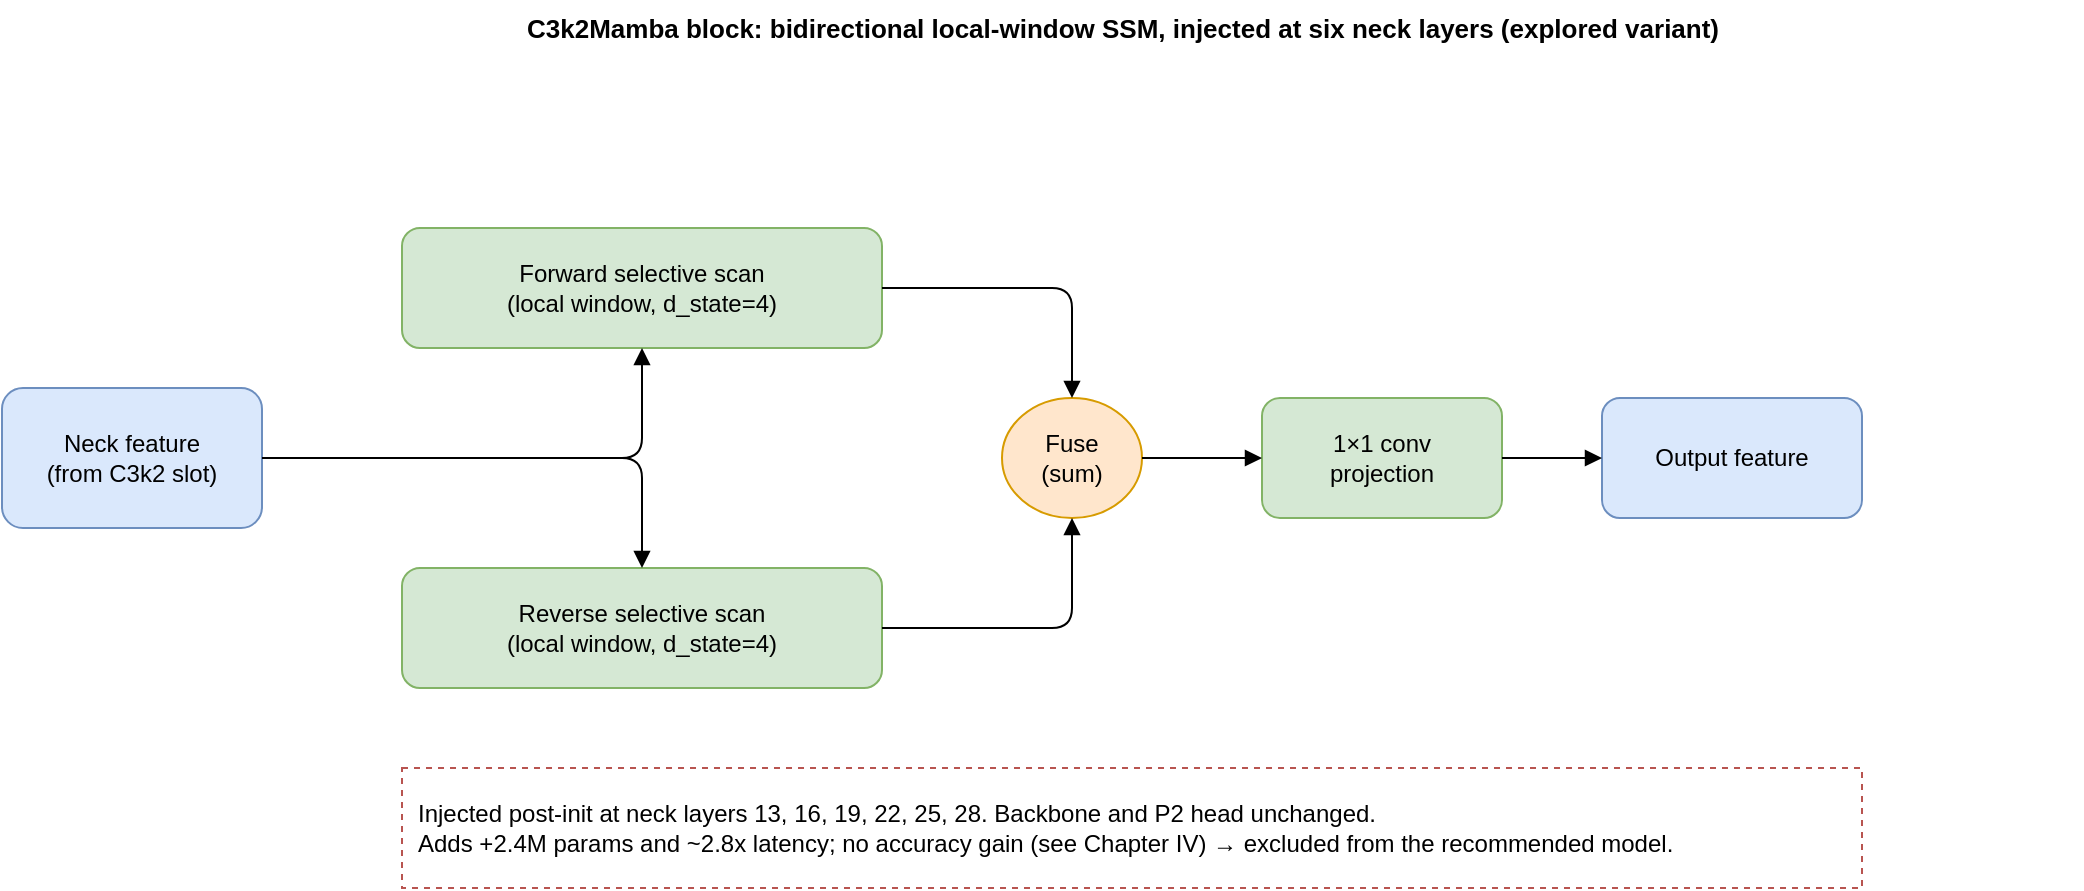
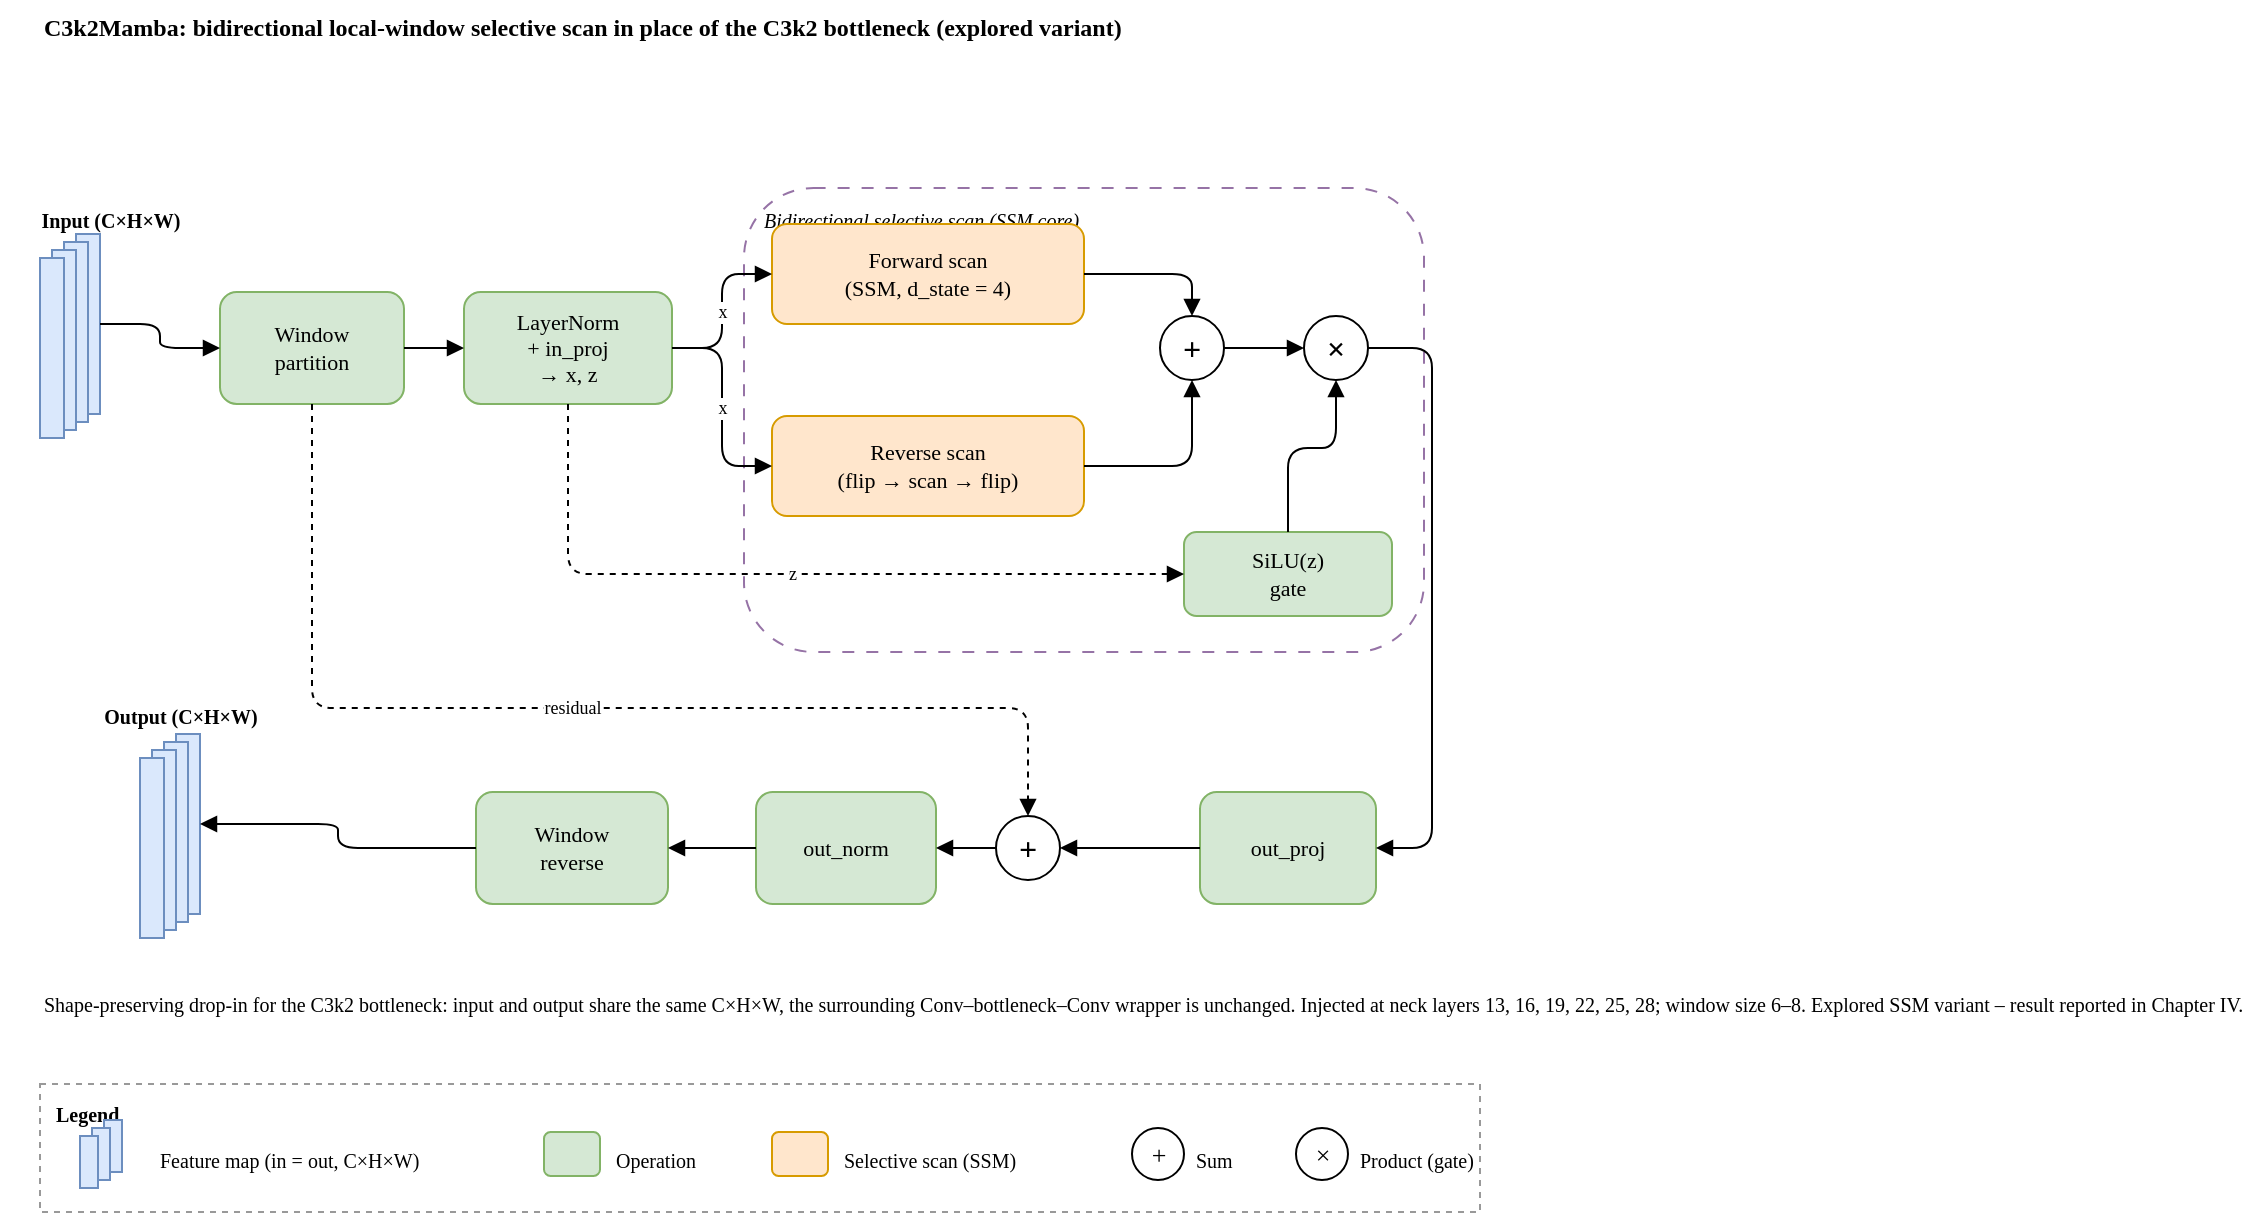
<mxfile host="app.diagrams.net" type="device">
-   <diagram name="C3k2Mamba" id="c3k2mamba">
-     <mxGraphModel dx="1000" dy="640" grid="1" gridSize="10" guides="1" arrows="1" fold="1" page="1" pageWidth="1200" pageHeight="520" math="0">
+   <diagram name="C3k2Mamba block" id="c3k2mamba">
+     <mxGraphModel dx="1200" dy="640" grid="1" gridSize="10" guides="1" tooltips="1" connect="1" arrows="1" fold="1" page="1" pageScale="1" pageWidth="760" pageHeight="640" math="0" shadow="0">
      <root>
-         <mxCell id="0"/>
-         <mxCell id="1" parent="0"/>
-         <mxCell id="t" value="C3k2Mamba block: bidirectional local-window SSM, injected at six neck layers (explored variant)" style="text;html=1;fontSize=13;fontStyle=1;align=center;" vertex="1" parent="1"><mxGeometry x="120" y="16" width="960" height="24" as="geometry"/></mxCell>
+         <mxCell id="0" />
+         <mxCell id="1" parent="0" />

-         <mxCell id="in" value="Neck feature&#10;(from C3k2 slot)" style="rounded=1;whiteSpace=wrap;html=1;fillColor=#dae8fc;strokeColor=#6c8ebf;" vertex="1" parent="1"><mxGeometry x="40" y="210" width="130" height="70" as="geometry"/></mxCell>
+         <mxCell id="ttl" value="C3k2Mamba: bidirectional local-window selective scan in place of the C3k2 bottleneck (explored variant)" style="text;html=1;whiteSpace=wrap;fontFamily=Times New Roman;fontSize=12;fontStyle=1;align=left;" vertex="1" parent="1"><mxGeometry x="20" y="6" width="720" height="40" as="geometry" /></mxCell>

-         <mxCell id="fwd" value="Forward selective scan&#10;(local window, d_state=4)" style="rounded=1;whiteSpace=wrap;html=1;fillColor=#d5e8d4;strokeColor=#82b366;" vertex="1" parent="1"><mxGeometry x="240" y="130" width="240" height="60" as="geometry"/></mxCell>
-         <mxCell id="rev" value="Reverse selective scan&#10;(local window, d_state=4)" style="rounded=1;whiteSpace=wrap;html=1;fillColor=#d5e8d4;strokeColor=#82b366;" vertex="1" parent="1"><mxGeometry x="240" y="300" width="240" height="60" as="geometry"/></mxCell>
+         <!-- dashed grouping: the selective-scan core (drawn first, behind) -->
+         <mxCell id="ssmcore" value="Bidirectional selective scan (SSM core)" style="rounded=1;whiteSpace=wrap;html=1;dashed=1;fillColor=none;strokeColor=#9673a6;fontFamily=Times New Roman;fontSize=10;fontStyle=2;verticalAlign=top;align=left;spacingLeft=8;spacingTop=4;dashPattern=6 6;" vertex="1" parent="1"><mxGeometry x="372" y="100" width="340" height="232" as="geometry" /></mxCell>

-         <mxCell id="fuse" value="Fuse&#10;(sum)" style="ellipse;whiteSpace=wrap;html=1;fillColor=#ffe6cc;strokeColor=#d79b00;" vertex="1" parent="1"><mxGeometry x="540" y="215" width="70" height="60" as="geometry"/></mxCell>
-         <mxCell id="proj" value="1&#215;1 conv&#10;projection" style="rounded=1;whiteSpace=wrap;html=1;fillColor=#d5e8d4;strokeColor=#82b366;" vertex="1" parent="1"><mxGeometry x="670" y="215" width="120" height="60" as="geometry"/></mxCell>
-         <mxCell id="out" value="Output feature" style="rounded=1;whiteSpace=wrap;html=1;fillColor=#dae8fc;strokeColor=#6c8ebf;" vertex="1" parent="1"><mxGeometry x="840" y="215" width="130" height="60" as="geometry"/></mxCell>
+         <!-- ===================== ROW 1 (left to right) ===================== -->
+         <!-- input feature (tile stack) -->
+         <mxCell id="linlbl" value="Input  (C&#215;H&#215;W)" style="text;html=1;fontFamily=Times New Roman;fontSize=10;align=center;fontStyle=1;" vertex="1" parent="1"><mxGeometry x="0" y="104" width="110" height="18" as="geometry" /></mxCell>
+         <mxCell id="inCb" value="" style="rounded=0;html=1;fillColor=#dae8fc;strokeColor=#6c8ebf;" vertex="1" parent="1"><mxGeometry x="38" y="123" width="12" height="90" as="geometry" /></mxCell>
+         <mxCell id="inC3" value="" style="rounded=0;html=1;fillColor=#dae8fc;strokeColor=#6c8ebf;" vertex="1" parent="1"><mxGeometry x="32" y="127" width="12" height="90" as="geometry" /></mxCell>
+         <mxCell id="inC2" value="" style="rounded=0;html=1;fillColor=#dae8fc;strokeColor=#6c8ebf;" vertex="1" parent="1"><mxGeometry x="26" y="131" width="12" height="90" as="geometry" /></mxCell>
+         <mxCell id="inC" value="" style="rounded=0;html=1;fillColor=#dae8fc;strokeColor=#6c8ebf;" vertex="1" parent="1"><mxGeometry x="20" y="135" width="12" height="90" as="geometry" /></mxCell>

-         <mxCell id="note" value="Injected post-init at neck layers 13, 16, 19, 22, 25, 28. Backbone and P2 head unchanged.&#10;Adds +2.4M params and ~2.8x latency; no accuracy gain (see Chapter IV) &#8594; excluded from the recommended model." style="rounded=0;whiteSpace=wrap;html=1;dashed=1;fillColor=none;strokeColor=#b85450;align=left;spacingLeft=6;" vertex="1" parent="1"><mxGeometry x="240" y="400" width="730" height="60" as="geometry"/></mxCell>
+         <mxCell id="part" value="Window&#10;partition" style="rounded=1;whiteSpace=wrap;html=1;fillColor=#d5e8d4;strokeColor=#82b366;fontFamily=Times New Roman;fontSize=11;" vertex="1" parent="1"><mxGeometry x="110" y="152" width="92" height="56" as="geometry" /></mxCell>
+         <mxCell id="proj" value="LayerNorm&#10;+ in_proj&#10;&#8594; x, z" style="rounded=1;whiteSpace=wrap;html=1;fillColor=#d5e8d4;strokeColor=#82b366;fontFamily=Times New Roman;fontSize=11;" vertex="1" parent="1"><mxGeometry x="232" y="152" width="104" height="56" as="geometry" /></mxCell>

-         <mxCell id="e1" style="html=1;endArrow=block;edgeStyle=orthogonalEdgeStyle;" edge="1" parent="1" source="in" target="fwd"><mxGeometry relative="1" as="geometry"/></mxCell>
-         <mxCell id="e2" style="html=1;endArrow=block;edgeStyle=orthogonalEdgeStyle;" edge="1" parent="1" source="in" target="rev"><mxGeometry relative="1" as="geometry"/></mxCell>
-         <mxCell id="e3" style="html=1;endArrow=block;edgeStyle=orthogonalEdgeStyle;" edge="1" parent="1" source="fwd" target="fuse"><mxGeometry relative="1" as="geometry"/></mxCell>
-         <mxCell id="e4" style="html=1;endArrow=block;edgeStyle=orthogonalEdgeStyle;" edge="1" parent="1" source="rev" target="fuse"><mxGeometry relative="1" as="geometry"/></mxCell>
-         <mxCell id="e5" style="html=1;endArrow=block;edgeStyle=orthogonalEdgeStyle;" edge="1" parent="1" source="fuse" target="proj"><mxGeometry relative="1" as="geometry"/></mxCell>
-         <mxCell id="e6" style="html=1;endArrow=block;edgeStyle=orthogonalEdgeStyle;" edge="1" parent="1" source="proj" target="out"><mxGeometry relative="1" as="geometry"/></mxCell>
+         <mxCell id="fwd" value="Forward scan&#10;(SSM, d_state = 4)" style="rounded=1;whiteSpace=wrap;html=1;fillColor=#ffe6cc;strokeColor=#d79b00;fontFamily=Times New Roman;fontSize=11;" vertex="1" parent="1"><mxGeometry x="386" y="118" width="156" height="50" as="geometry" /></mxCell>
+         <mxCell id="bwd" value="Reverse scan&#10;(flip &#8594; scan &#8594; flip)" style="rounded=1;whiteSpace=wrap;html=1;fillColor=#ffe6cc;strokeColor=#d79b00;fontFamily=Times New Roman;fontSize=11;" vertex="1" parent="1"><mxGeometry x="386" y="214" width="156" height="50" as="geometry" /></mxCell>
+ 
+         <mxCell id="sum" value="+" style="ellipse;whiteSpace=wrap;html=1;fillColor=#ffffff;strokeColor=#000000;fontFamily=Times New Roman;fontSize=16;fontStyle=1;" vertex="1" parent="1"><mxGeometry x="580" y="164" width="32" height="32" as="geometry" /></mxCell>
+         <mxCell id="gate" value="&#215;" style="ellipse;whiteSpace=wrap;html=1;fillColor=#ffffff;strokeColor=#000000;fontFamily=Times New Roman;fontSize=16;fontStyle=1;" vertex="1" parent="1"><mxGeometry x="652" y="164" width="32" height="32" as="geometry" /></mxCell>
+ 
+         <!-- SiLU gate (middle band) -->
+         <mxCell id="silu" value="SiLU(z)&#10;gate" style="rounded=1;whiteSpace=wrap;html=1;fillColor=#d5e8d4;strokeColor=#82b366;fontFamily=Times New Roman;fontSize=11;" vertex="1" parent="1"><mxGeometry x="592" y="272" width="104" height="42" as="geometry" /></mxCell>
+ 
+         <!-- ===================== ROW 2 (right to left) ===================== -->
+         <mxCell id="outp" value="out_proj" style="rounded=1;whiteSpace=wrap;html=1;fillColor=#d5e8d4;strokeColor=#82b366;fontFamily=Times New Roman;fontSize=11;" vertex="1" parent="1"><mxGeometry x="600" y="402" width="88" height="56" as="geometry" /></mxCell>
+         <mxCell id="res" value="+" style="ellipse;whiteSpace=wrap;html=1;fillColor=#ffffff;strokeColor=#000000;fontFamily=Times New Roman;fontSize=16;fontStyle=1;" vertex="1" parent="1"><mxGeometry x="498" y="414" width="32" height="32" as="geometry" /></mxCell>
+         <mxCell id="onorm" value="out_norm" style="rounded=1;whiteSpace=wrap;html=1;fillColor=#d5e8d4;strokeColor=#82b366;fontFamily=Times New Roman;fontSize=11;" vertex="1" parent="1"><mxGeometry x="378" y="402" width="90" height="56" as="geometry" /></mxCell>
+         <mxCell id="rev" value="Window&#10;reverse" style="rounded=1;whiteSpace=wrap;html=1;fillColor=#d5e8d4;strokeColor=#82b366;fontFamily=Times New Roman;fontSize=11;" vertex="1" parent="1"><mxGeometry x="238" y="402" width="96" height="56" as="geometry" /></mxCell>
+ 
+         <mxCell id="loutlbl" value="Output  (C&#215;H&#215;W)" style="text;html=1;fontFamily=Times New Roman;fontSize=10;align=center;fontStyle=1;" vertex="1" parent="1"><mxGeometry x="30" y="352" width="120" height="18" as="geometry" /></mxCell>
+         <mxCell id="outCb" value="" style="rounded=0;html=1;fillColor=#dae8fc;strokeColor=#6c8ebf;" vertex="1" parent="1"><mxGeometry x="88" y="373" width="12" height="90" as="geometry" /></mxCell>
+         <mxCell id="outC3" value="" style="rounded=0;html=1;fillColor=#dae8fc;strokeColor=#6c8ebf;" vertex="1" parent="1"><mxGeometry x="82" y="377" width="12" height="90" as="geometry" /></mxCell>
+         <mxCell id="outC2" value="" style="rounded=0;html=1;fillColor=#dae8fc;strokeColor=#6c8ebf;" vertex="1" parent="1"><mxGeometry x="76" y="381" width="12" height="90" as="geometry" /></mxCell>
+         <mxCell id="outC" value="" style="rounded=0;html=1;fillColor=#dae8fc;strokeColor=#6c8ebf;" vertex="1" parent="1"><mxGeometry x="70" y="385" width="12" height="90" as="geometry" /></mxCell>
+ 
+         <mxCell id="note" value="Shape-preserving drop-in for the C3k2 bottleneck: input and output share the same C&#215;H&#215;W, the surrounding Conv&#8211;bottleneck&#8211;Conv wrapper is unchanged. Injected at neck layers 13, 16, 19, 22, 25, 28; window size 6&#8211;8. Explored SSM variant &#8211; result reported in Chapter IV." style="text;html=1;fontFamily=Times New Roman;fontSize=10;align=left;verticalAlign=top;" vertex="1" parent="1"><mxGeometry x="20" y="496" width="720" height="46" as="geometry" /></mxCell>
+ 
+         <!-- ===================== edges ===================== -->
+         <!-- row 1 -->
+         <mxCell id="e1" style="edgeStyle=orthogonalEdgeStyle;html=1;endArrow=block;exitX=1;exitY=0.5;entryX=0;entryY=0.5;" edge="1" parent="1" source="inCb" target="part"><mxGeometry relative="1" as="geometry" /></mxCell>
+         <mxCell id="e2" style="edgeStyle=orthogonalEdgeStyle;html=1;endArrow=block;exitX=1;exitY=0.5;entryX=0;entryY=0.5;" edge="1" parent="1" source="part" target="proj"><mxGeometry relative="1" as="geometry" /></mxCell>
+         <mxCell id="e3" value="x" style="edgeStyle=orthogonalEdgeStyle;html=1;endArrow=block;fontFamily=Times New Roman;fontSize=9;exitX=1;exitY=0.5;entryX=0;entryY=0.5;" edge="1" parent="1" source="proj" target="fwd"><mxGeometry relative="1" as="geometry" /></mxCell>
+         <mxCell id="e4" value="x" style="edgeStyle=orthogonalEdgeStyle;html=1;endArrow=block;fontFamily=Times New Roman;fontSize=9;exitX=1;exitY=0.5;entryX=0;entryY=0.5;" edge="1" parent="1" source="proj" target="bwd"><mxGeometry relative="1" as="geometry" /></mxCell>
+         <mxCell id="e5" style="edgeStyle=orthogonalEdgeStyle;html=1;endArrow=block;exitX=1;exitY=0.5;entryX=0.5;entryY=0;" edge="1" parent="1" source="fwd" target="sum"><mxGeometry relative="1" as="geometry" /></mxCell>
+         <mxCell id="e6" style="edgeStyle=orthogonalEdgeStyle;html=1;endArrow=block;exitX=1;exitY=0.5;entryX=0.5;entryY=1;" edge="1" parent="1" source="bwd" target="sum"><mxGeometry relative="1" as="geometry" /></mxCell>
+         <mxCell id="e7" style="edgeStyle=orthogonalEdgeStyle;html=1;endArrow=block;exitX=1;exitY=0.5;entryX=0;entryY=0.5;" edge="1" parent="1" source="sum" target="gate"><mxGeometry relative="1" as="geometry" /></mxCell>
+         <!-- z gate -->
+         <mxCell id="e8" value="z" style="edgeStyle=orthogonalEdgeStyle;html=1;endArrow=block;dashed=1;fontFamily=Times New Roman;fontSize=9;exitX=0.5;exitY=1;entryX=0;entryY=0.5;" edge="1" parent="1" source="proj" target="silu"><mxGeometry relative="1" as="geometry"><Array as="points"><mxPoint x="284" y="293" /></Array></mxGeometry></mxCell>
+         <mxCell id="e9" style="edgeStyle=orthogonalEdgeStyle;html=1;endArrow=block;exitX=0.5;exitY=0;entryX=0.5;entryY=1;" edge="1" parent="1" source="silu" target="gate"><mxGeometry relative="1" as="geometry"><Array as="points"><mxPoint x="644" y="230" /><mxPoint x="668" y="230" /></Array></mxGeometry></mxCell>
+         <!-- turn: gate -> out_proj (U-turn on the right) -->
+         <mxCell id="e10" style="edgeStyle=orthogonalEdgeStyle;html=1;endArrow=block;exitX=1;exitY=0.5;entryX=1;entryY=0.5;" edge="1" parent="1" source="gate" target="outp"><mxGeometry relative="1" as="geometry"><Array as="points"><mxPoint x="716" y="180" /><mxPoint x="716" y="430" /></Array></mxGeometry></mxCell>
+         <!-- row 2 (leftward) -->
+         <mxCell id="e11" style="edgeStyle=orthogonalEdgeStyle;html=1;endArrow=block;exitX=0;exitY=0.5;entryX=1;entryY=0.5;" edge="1" parent="1" source="outp" target="res"><mxGeometry relative="1" as="geometry" /></mxCell>
+         <mxCell id="e12" style="edgeStyle=orthogonalEdgeStyle;html=1;endArrow=block;exitX=0;exitY=0.5;entryX=1;entryY=0.5;" edge="1" parent="1" source="res" target="onorm"><mxGeometry relative="1" as="geometry" /></mxCell>
+         <mxCell id="e13" style="edgeStyle=orthogonalEdgeStyle;html=1;endArrow=block;exitX=0;exitY=0.5;entryX=1;entryY=0.5;" edge="1" parent="1" source="onorm" target="rev"><mxGeometry relative="1" as="geometry" /></mxCell>
+         <mxCell id="e14" style="edgeStyle=orthogonalEdgeStyle;html=1;endArrow=block;exitX=0;exitY=0.5;entryX=1;entryY=0.5;" edge="1" parent="1" source="rev" target="outCb"><mxGeometry relative="1" as="geometry" /></mxCell>
+         <!-- residual skip: partition -> res -->
+         <mxCell id="eres" value="residual" style="edgeStyle=orthogonalEdgeStyle;html=1;endArrow=block;dashed=1;fontFamily=Times New Roman;fontSize=9;exitX=0.5;exitY=1;entryX=0.5;entryY=0;" edge="1" parent="1" source="part" target="res"><mxGeometry relative="1" as="geometry"><Array as="points"><mxPoint x="156" y="360" /><mxPoint x="514" y="360" /></Array></mxGeometry></mxCell>
+ 
+         <!-- ===================== legend ===================== -->
+         <mxCell id="lgbox" value="Legend" style="rounded=0;whiteSpace=wrap;html=1;fillColor=none;strokeColor=#999999;dashed=1;fontFamily=Times New Roman;fontSize=10;fontStyle=1;verticalAlign=top;align=left;spacingLeft=6;spacingTop=3;" vertex="1" parent="1"><mxGeometry x="20" y="548" width="720" height="64" as="geometry" /></mxCell>
+         <mxCell id="ls1" value="" style="rounded=0;html=1;fillColor=#dae8fc;strokeColor=#6c8ebf;" vertex="1" parent="1"><mxGeometry x="52" y="566" width="9" height="26" as="geometry" /></mxCell>
+         <mxCell id="ls2" value="" style="rounded=0;html=1;fillColor=#dae8fc;strokeColor=#6c8ebf;" vertex="1" parent="1"><mxGeometry x="46" y="570" width="9" height="26" as="geometry" /></mxCell>
+         <mxCell id="ls3" value="" style="rounded=0;html=1;fillColor=#dae8fc;strokeColor=#6c8ebf;" vertex="1" parent="1"><mxGeometry x="40" y="574" width="9" height="26" as="geometry" /></mxCell>
+         <mxCell id="lt1" value="Feature map (in = out, C&#215;H&#215;W)" style="text;html=1;fontFamily=Times New Roman;fontSize=10;align=left;" vertex="1" parent="1"><mxGeometry x="78" y="574" width="185" height="20" as="geometry" /></mxCell>
+         <mxCell id="lg2s" value="" style="rounded=1;html=1;fillColor=#d5e8d4;strokeColor=#82b366;" vertex="1" parent="1"><mxGeometry x="272" y="572" width="28" height="22" as="geometry" /></mxCell>
+         <mxCell id="lg2t" value="Operation" style="text;html=1;fontFamily=Times New Roman;fontSize=10;align=left;" vertex="1" parent="1"><mxGeometry x="306" y="574" width="70" height="20" as="geometry" /></mxCell>
+         <mxCell id="lg3s" value="" style="rounded=1;html=1;fillColor=#ffe6cc;strokeColor=#d79b00;" vertex="1" parent="1"><mxGeometry x="386" y="572" width="28" height="22" as="geometry" /></mxCell>
+         <mxCell id="lg3t" value="Selective scan (SSM)" style="text;html=1;fontFamily=Times New Roman;fontSize=10;align=left;" vertex="1" parent="1"><mxGeometry x="420" y="574" width="140" height="20" as="geometry" /></mxCell>
+         <mxCell id="lg4s" value="+" style="ellipse;html=1;fillColor=#ffffff;strokeColor=#000000;fontFamily=Times New Roman;fontSize=13;" vertex="1" parent="1"><mxGeometry x="566" y="570" width="26" height="26" as="geometry" /></mxCell>
+         <mxCell id="lg4t" value="Sum" style="text;html=1;fontFamily=Times New Roman;fontSize=10;align=left;" vertex="1" parent="1"><mxGeometry x="596" y="574" width="40" height="20" as="geometry" /></mxCell>
+         <mxCell id="lg5s" value="&#215;" style="ellipse;html=1;fillColor=#ffffff;strokeColor=#000000;fontFamily=Times New Roman;fontSize=13;" vertex="1" parent="1"><mxGeometry x="648" y="570" width="26" height="26" as="geometry" /></mxCell>
+         <mxCell id="lg5t" value="Product (gate)" style="text;html=1;fontFamily=Times New Roman;fontSize=10;align=left;" vertex="1" parent="1"><mxGeometry x="678" y="574" width="90" height="20" as="geometry" /></mxCell>
      </root>
    </mxGraphModel>
  </diagram>
</mxfile>
